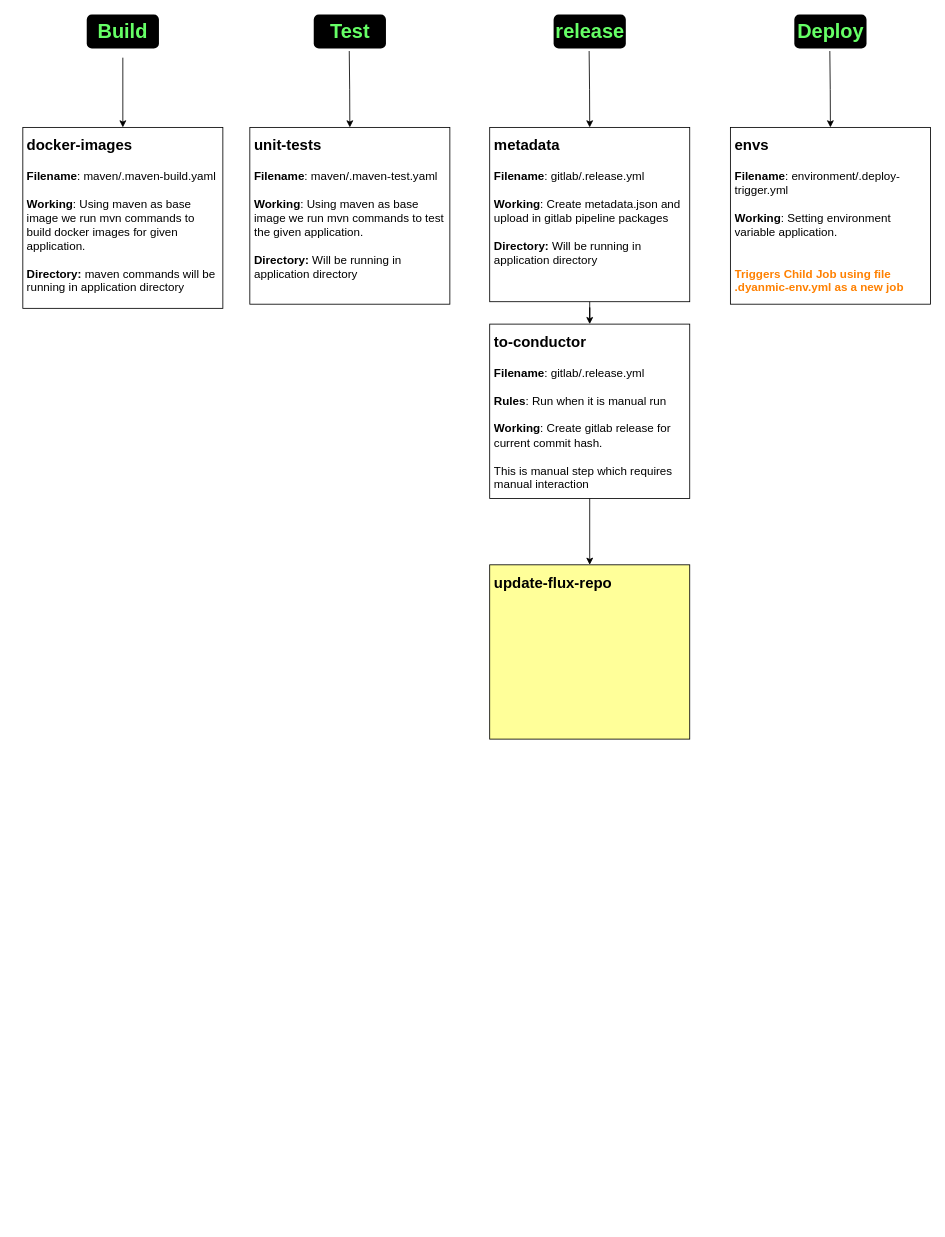
This is GitlabWorkflow.drawio from vishnu-chegondi/draw-repo, a draw.io file, before an edit. Source tidied: cells renumbered, new cells numbered last; positions are measured from the earlier drawing's top-left corner, leaving out a move shared by most shapes. Both pictures are drawn from the tidied source at 83%, with x=0, y=0 at pixel (22, 14).
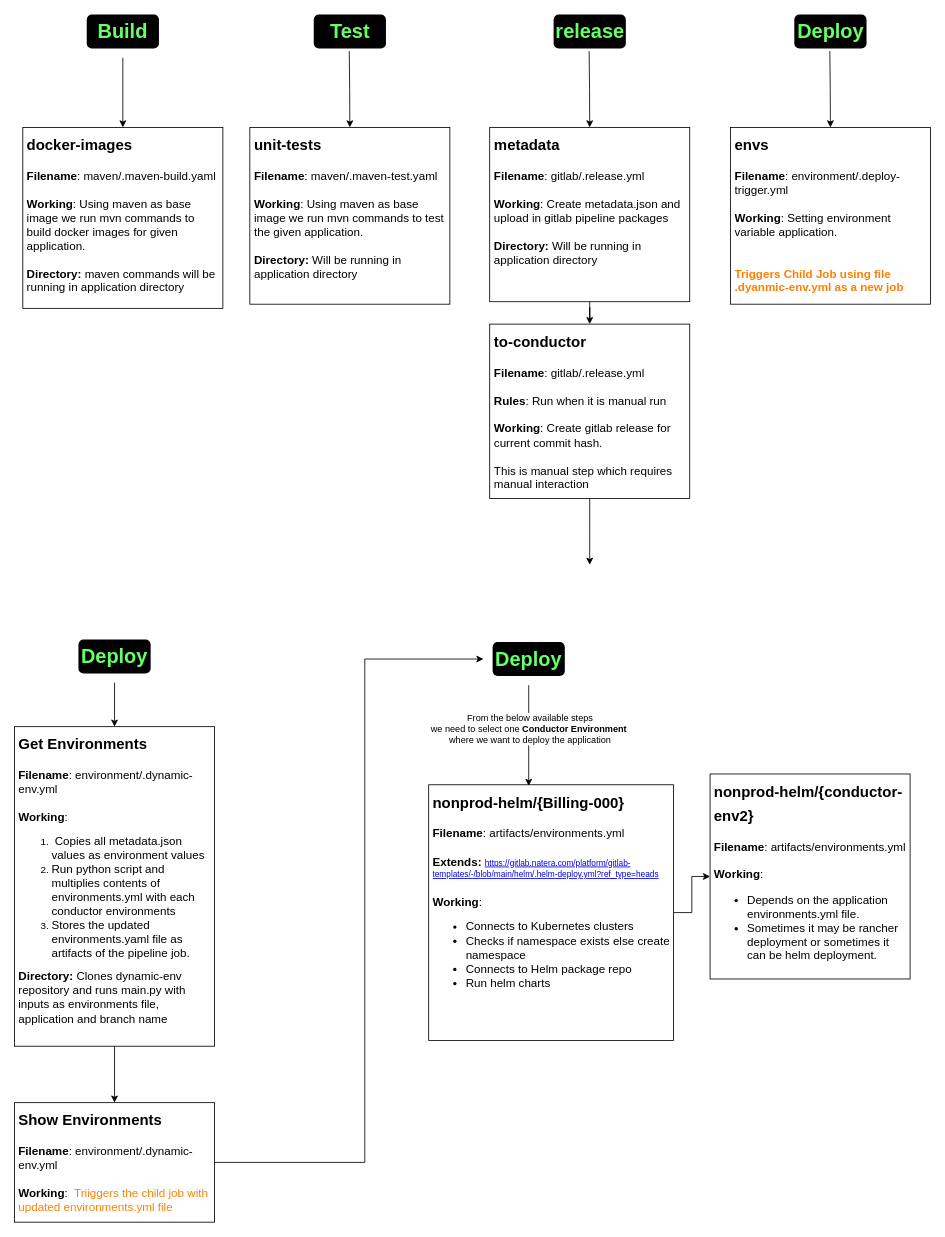
The same page after the edit.

Unchanged cells that the change refers to:
```xml
<mxCell id="13" value="&lt;h1&gt;&lt;span style=&quot;font-size: 18px;&quot;&gt;to-conductor&lt;/span&gt;&lt;/h1&gt;&lt;div&gt;&lt;font style=&quot;font-size: 14px;&quot;&gt;&lt;b&gt;Filename&lt;/b&gt;: gitlab/.release.yml&lt;/font&gt;&lt;/div&gt;&lt;div&gt;&lt;font style=&quot;font-size: 14px;&quot;&gt;&lt;br&gt;&lt;/font&gt;&lt;/div&gt;&lt;div&gt;&lt;font style=&quot;font-size: 14px;&quot;&gt;&lt;b&gt;Rules&lt;/b&gt;: Run when it is manual run&lt;/font&gt;&lt;/div&gt;&lt;div&gt;&lt;font style=&quot;font-size: 14px;&quot;&gt;&lt;b&gt;&lt;br&gt;&lt;/b&gt;&lt;/font&gt;&lt;/div&gt;&lt;div&gt;&lt;font style=&quot;font-size: 14px;&quot;&gt;&lt;b&gt;Working&lt;/b&gt;: Create gitlab release for current commit hash.&lt;br&gt;&lt;br&gt;This is manual step which requires manual interaction&lt;/font&gt;&lt;/div&gt;&lt;div&gt;&lt;br&gt;&lt;/div&gt;" style="text;html=1;strokeColor=default;fillColor=none;spacing=5;spacingTop=-20;whiteSpace=wrap;overflow=hidden;rounded=0;" parent="1" vertex="1">
  <mxGeometry x="562.5" y="373" width="241" height="210" as="geometry" />
</mxCell>
```

What changed in the source:
```diff
@@
-    <mxCell id="12" style="edgeStyle=orthogonalEdgeStyle;rounded=0;jettySize=auto;html=1;" parent="1" edge="1" source="13" target="17">
-      <mxGeometry relative="1" as="geometry" />
+    <mxCell id="12" style="edgeStyle=orthogonalEdgeStyle;rounded=0;jettySize=auto;html=1;" parent="1" edge="1" source="13">
+      <mxGeometry relative="1" as="geometry">
+        <mxPoint x="683" y="663" as="targetPoint" />
+      </mxGeometry>
     </mxCell>
@@
-    <mxCell id="17" value="&lt;h1&gt;&lt;span style=&quot;font-size: 18px;&quot;&gt;update-flux-repo&lt;br&gt;&lt;br&gt;&lt;br&gt;&lt;/span&gt;&lt;/h1&gt;" style="text;html=1;strokeColor=default;fillColor=#FFFF99;spacing=5;spacingTop=-20;whiteSpace=wrap;overflow=hidden;rounded=0;" parent="1" vertex="1">
-      <mxGeometry x="562.5" y="663" width="241" height="210" as="geometry" />
-    </mxCell>
+    <mxCell id="18" style="edgeStyle=orthogonalEdgeStyle;rounded=0;jettySize=auto;html=1;" parent="1" edge="1" source="19" target="21">
+      <mxGeometry relative="1" as="geometry" />
+    </mxCell>
+    <mxCell id="19" value="&lt;font color=&quot;#66ff66&quot; style=&quot;font-size: 24px;&quot;&gt;&lt;b style=&quot;background-color: rgb(0, 0, 0);&quot;&gt;Deploy&lt;/b&gt;&lt;/font&gt;" style="text;html=1;strokeColor=none;fillColor=#000000;align=center;verticalAlign=middle;whiteSpace=wrap;rounded=1;perimeterSpacing=11;shadow=0;strokeWidth=1;dashed=1;" parent="1" vertex="1">
+      <mxGeometry x="67" y="753" width="87" height="41" as="geometry" />
+    </mxCell>
+    <mxCell id="20" style="edgeStyle=orthogonalEdgeStyle;rounded=0;jettySize=auto;html=1;entryX=0.5;entryY=0;entryDx=0;entryDy=0;" parent="1" edge="1" source="21" target="23">
+      <mxGeometry relative="1" as="geometry" />
+    </mxCell>
+    <mxCell id="21" value="&lt;h1&gt;&lt;span style=&quot;font-size: 18px;&quot;&gt;Get Environments&lt;/span&gt;&lt;/h1&gt;&lt;div&gt;&lt;font style=&quot;font-size: 14px;&quot;&gt;&lt;b&gt;Filename&lt;/b&gt;: environment/.dynamic-env.yml&lt;/font&gt;&lt;/div&gt;&lt;div&gt;&lt;b style=&quot;font-size: 14px; background-color: initial;&quot;&gt;&lt;br&gt;&lt;/b&gt;&lt;/div&gt;&lt;div&gt;&lt;b style=&quot;font-size: 14px; background-color: initial;&quot;&gt;Working&lt;/b&gt;&lt;span style=&quot;font-size: 14px; background-color: initial;&quot;&gt;:&lt;/span&gt;&lt;/div&gt;&lt;div&gt;&lt;ol&gt;&lt;li&gt;&lt;font style=&quot;font-size: 14px;&quot;&gt;&amp;nbsp;Copies all metadata.json values as environment values&lt;/font&gt;&lt;/li&gt;&lt;li&gt;&lt;span style=&quot;font-size: 14px;&quot;&gt;Run python script and multiplies contents of environments.yml with each conductor environments&lt;/span&gt;&lt;/li&gt;&lt;li&gt;&lt;font style=&quot;font-size: 14px;&quot;&gt;Stores the updated environments.yaml file as artifacts of the pipeline job.&lt;/font&gt;&lt;/li&gt;&lt;/ol&gt;&lt;/div&gt;&lt;div&gt;&lt;font style=&quot;font-size: 14px;&quot;&gt;&lt;b&gt;Directory: &lt;/b&gt;Clones dynamic-env repository and runs main.py with inputs as environments file, application and branch name&lt;br&gt;&lt;br&gt;&lt;br&gt;&lt;/font&gt;&lt;/div&gt;" style="text;html=1;strokeColor=default;fillColor=none;spacing=5;spacingTop=-20;whiteSpace=wrap;overflow=hidden;rounded=0;" parent="1" vertex="1">
+      <mxGeometry x="-10" y="858" width="241" height="385" as="geometry" />
+    </mxCell>
+    <mxCell id="22" style="edgeStyle=orthogonalEdgeStyle;rounded=0;jettySize=auto;html=1;entryX=0;entryY=0.5;entryDx=0;entryDy=0;" parent="1" edge="1" source="23" target="26">
+      <mxGeometry relative="1" as="geometry">
+        <Array as="points">
+          <mxPoint x="412" y="1383" />
+          <mxPoint x="412" y="777" />
+        </Array>
+      </mxGeometry>
+    </mxCell>
+    <mxCell id="23" value="&lt;h1&gt;&lt;span style=&quot;font-size: 18px;&quot;&gt;Show Environments&lt;/span&gt;&lt;/h1&gt;&lt;div&gt;&lt;font style=&quot;font-size: 14px;&quot;&gt;&lt;b&gt;Filename&lt;/b&gt;: environment/.dynamic-env.yml&lt;/font&gt;&lt;/div&gt;&lt;div&gt;&lt;font style=&quot;font-size: 14px;&quot;&gt;&lt;br&gt;&lt;/font&gt;&lt;/div&gt;&lt;div&gt;&lt;font style=&quot;font-size: 14px;&quot;&gt;&lt;b&gt;Working&lt;/b&gt;:&amp;nbsp; &lt;font color=&quot;#ff8000&quot;&gt;Triiggers the child job with updated environments.yml file&amp;nbsp;&lt;/font&gt;&lt;/font&gt;&lt;/div&gt;&lt;div&gt;&lt;font style=&quot;font-size: 14px;&quot;&gt;&lt;br&gt;&lt;/font&gt;&lt;/div&gt;&lt;div&gt;&lt;br&gt;&lt;/div&gt;&lt;div&gt;&lt;font style=&quot;font-size: 14px;&quot;&gt;&lt;br&gt;&lt;/font&gt;&lt;/div&gt;" style="text;html=1;strokeColor=default;fillColor=none;spacing=5;spacingTop=-20;whiteSpace=wrap;overflow=hidden;rounded=0;" parent="1" vertex="1">
+      <mxGeometry x="-10" y="1311" width="241" height="144" as="geometry" />
+    </mxCell>
+    <mxCell id="24" style="edgeStyle=orthogonalEdgeStyle;rounded=0;jettySize=auto;html=1;" parent="1" edge="1" source="26">
+      <mxGeometry relative="1" as="geometry">
+        <mxPoint x="609.5" y="929.4" as="targetPoint" />
+      </mxGeometry>
+    </mxCell>
+    <mxCell id="25" value="From the below available steps&lt;br&gt;we need to select one &lt;b&gt;Conductor Environment&amp;nbsp;&lt;/b&gt;&lt;br&gt;where we want to deploy the application" style="edgeLabel;html=1;align=center;verticalAlign=middle;" parent="24" vertex="1">
+      <mxGeometry x="-0.09" relative="1" as="geometry">
+        <mxPoint x="1" y="-3" as="offset" />
+      </mxGeometry>
+    </mxCell>
+    <mxCell id="26" value="&lt;font color=&quot;#66ff66&quot; style=&quot;font-size: 24px;&quot;&gt;&lt;b style=&quot;background-color: rgb(0, 0, 0);&quot;&gt;Deploy&lt;/b&gt;&lt;/font&gt;" style="text;html=1;strokeColor=none;fillColor=#000000;align=center;verticalAlign=middle;whiteSpace=wrap;rounded=1;perimeterSpacing=11;shadow=0;strokeWidth=1;dashed=1;" parent="1" vertex="1">
+      <mxGeometry x="566" y="756" width="87" height="41" as="geometry" />
+    </mxCell>
+    <mxCell id="27" style="edgeStyle=orthogonalEdgeStyle;rounded=0;jettySize=auto;html=1;" parent="1" edge="1" source="28" target="29">
+      <mxGeometry relative="1" as="geometry" />
+    </mxCell>
+    <mxCell id="28" value="&lt;h1&gt;&lt;span style=&quot;font-size: 18px;&quot;&gt;nonprod-helm/{Billing-000}&lt;/span&gt;&lt;/h1&gt;&lt;div&gt;&lt;font style=&quot;font-size: 14px;&quot;&gt;&lt;b&gt;Filename&lt;/b&gt;: artifacts/environments.yml&lt;/font&gt;&lt;/div&gt;&lt;div&gt;&lt;font style=&quot;font-size: 14px;&quot;&gt;&lt;br&gt;&lt;/font&gt;&lt;/div&gt;&lt;div&gt;&lt;font style=&quot;&quot;&gt;&lt;b style=&quot;font-size: 14px;&quot;&gt;Extends:&lt;/b&gt;&lt;span style=&quot;font-size: 14px;&quot;&gt;&amp;nbsp;&lt;/span&gt;&lt;a href=&quot;https://gitlab.natera.com/platform/gitlab-templates/-/blob/main/helm/.helm-deploy.yml?ref_type=heads&quot; style=&quot;border-color: var(--border-color);&quot;&gt;&lt;font style=&quot;font-size: 10px;&quot;&gt;https://gitlab.natera.com/platform/gitlab-templates/-/blob/main/helm/.helm-deploy.yml?ref_type=heads&lt;/font&gt;&lt;/a&gt;&lt;br&gt;&lt;/font&gt;&lt;/div&gt;&lt;div&gt;&lt;font style=&quot;font-size: 14px;&quot;&gt;&lt;b&gt;&lt;br&gt;&lt;/b&gt;&lt;/font&gt;&lt;/div&gt;&lt;div&gt;&lt;font style=&quot;font-size: 14px;&quot;&gt;&lt;b&gt;Working&lt;/b&gt;:&amp;nbsp; &lt;br&gt;&lt;ul&gt;&lt;li&gt;Connects to Kubernetes clusters&lt;br&gt;&lt;/li&gt;&lt;li&gt;Checks if namespace exists else create namespace&lt;br&gt;&lt;/li&gt;&lt;li&gt;Connects to Helm package repo&lt;/li&gt;&lt;li&gt;Run helm charts&lt;/li&gt;&lt;/ul&gt;&lt;br&gt;&lt;/font&gt;&lt;/div&gt;" style="text;html=1;strokeColor=default;fillColor=none;spacing=5;spacingTop=-20;whiteSpace=wrap;overflow=hidden;rounded=0;" parent="1" vertex="1">
+      <mxGeometry x="489" y="928" width="295" height="308" as="geometry" />
+    </mxCell>
+    <mxCell id="29" value="&lt;h1&gt;&lt;span style=&quot;font-size: 18px;&quot;&gt;nonprod-helm/{conductor-env2}&lt;/span&gt;&lt;/h1&gt;&lt;div&gt;&lt;font style=&quot;font-size: 14px;&quot;&gt;&lt;b&gt;Filename&lt;/b&gt;: artifacts/environments.yml&lt;/font&gt;&lt;/div&gt;&lt;div&gt;&lt;font style=&quot;font-size: 14px;&quot;&gt;&lt;b&gt;&lt;br&gt;&lt;/b&gt;&lt;/font&gt;&lt;/div&gt;&lt;div&gt;&lt;font style=&quot;font-size: 14px;&quot;&gt;&lt;b&gt;Working&lt;/b&gt;:&amp;nbsp; &lt;br&gt;&lt;ul&gt;&lt;li&gt;&lt;font style=&quot;font-size: 14px;&quot;&gt;Depends on the application environments.yml file.&lt;br&gt;&lt;/font&gt;&lt;/li&gt;&lt;li&gt;&lt;font style=&quot;font-size: 14px;&quot;&gt;Sometimes it may be rancher deployment or sometimes it can be helm deployment.&lt;/font&gt;&lt;/li&gt;&lt;/ul&gt;&lt;br&gt;&lt;/font&gt;&lt;/div&gt;" style="text;html=1;strokeColor=default;fillColor=none;spacing=5;spacingTop=-20;whiteSpace=wrap;overflow=hidden;rounded=0;" parent="1" vertex="1">
+      <mxGeometry x="828" y="915" width="241" height="247" as="geometry" />
+    </mxCell>
```
